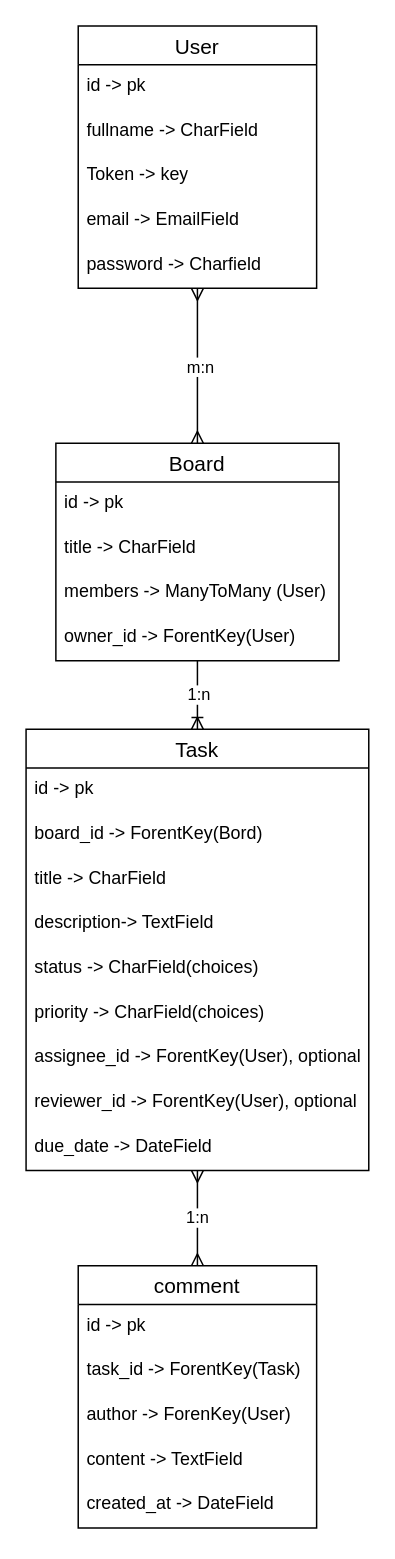
The draw.io diagram docs/er_diagramm.drawio in PBiebert/KanMind_Backend, before the edit. Source tidied: cells renumbered, new cells numbered last; positions are measured from the earlier drawing's top-left corner, leaving out a move shared by most shapes. Both pictures are drawn from the tidied source at 149%, with x=0, y=0 at pixel (25, 25).
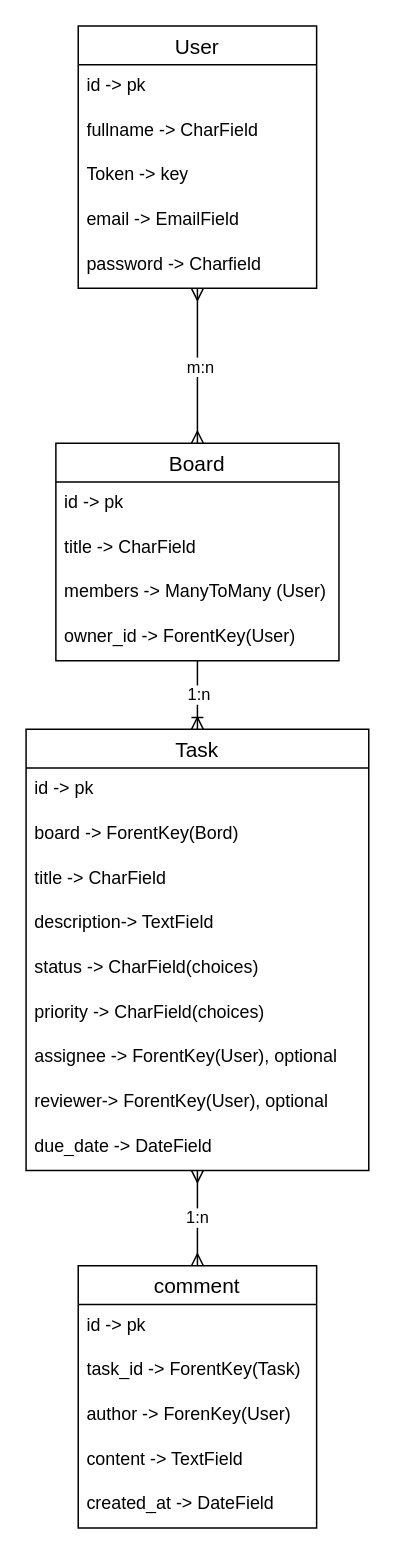
Above is the later version.

The change refers to these unchanged cells:
```xml
<mxCell id="18" value="Task" style="swimlane;fontStyle=0;horizontal=1;startSize=26;align=center;fontSize=14;" parent="1" vertex="1">
  <mxGeometry y="472" width="230" height="296" as="geometry" />
</mxCell>
```

The edit, as a diff of the source:
```diff
@@
-    <mxCell id="20" value="board_id -&amp;gt; ForentKey(Bord)" style="text;strokeColor=none;fillColor=none;spacingLeft=4;spacingRight=4;overflow=hidden;fontSize=12;whiteSpace=wrap;html=1;" parent="18" vertex="1">
+    <mxCell id="20" value="board -&amp;gt; ForentKey(Bord)" style="text;strokeColor=none;fillColor=none;spacingLeft=4;spacingRight=4;overflow=hidden;fontSize=12;whiteSpace=wrap;html=1;" parent="18" vertex="1">
       <mxGeometry y="56" width="230" height="30" as="geometry" />
     </mxCell>
@@
-    <mxCell id="25" value="assignee_id -&amp;gt; ForentKey(User), optional&lt;div&gt;&lt;br&gt;&lt;/div&gt;" style="text;strokeColor=none;fillColor=none;spacingLeft=4;spacingRight=4;overflow=hidden;fontSize=12;whiteSpace=wrap;html=1;" parent="18" vertex="1">
+    <mxCell id="25" value="assignee -&amp;gt; ForentKey(User), optional&lt;div&gt;&lt;br&gt;&lt;/div&gt;" style="text;strokeColor=none;fillColor=none;spacingLeft=4;spacingRight=4;overflow=hidden;fontSize=12;whiteSpace=wrap;html=1;" parent="18" vertex="1">
       <mxGeometry y="206" width="230" height="30" as="geometry" />
     </mxCell>
-    <mxCell id="26" value="reviewer_id -&amp;gt; ForentKey(User), optional" style="text;strokeColor=none;fillColor=none;spacingLeft=4;spacingRight=4;overflow=hidden;fontSize=12;whiteSpace=wrap;html=1;" parent="18" vertex="1">
+    <mxCell id="26" value="reviewer-&amp;gt; ForentKey(User), optional" style="text;strokeColor=none;fillColor=none;spacingLeft=4;spacingRight=4;overflow=hidden;fontSize=12;whiteSpace=wrap;html=1;" parent="18" vertex="1">
       <mxGeometry y="236" width="230" height="30" as="geometry" />
     </mxCell>
```
